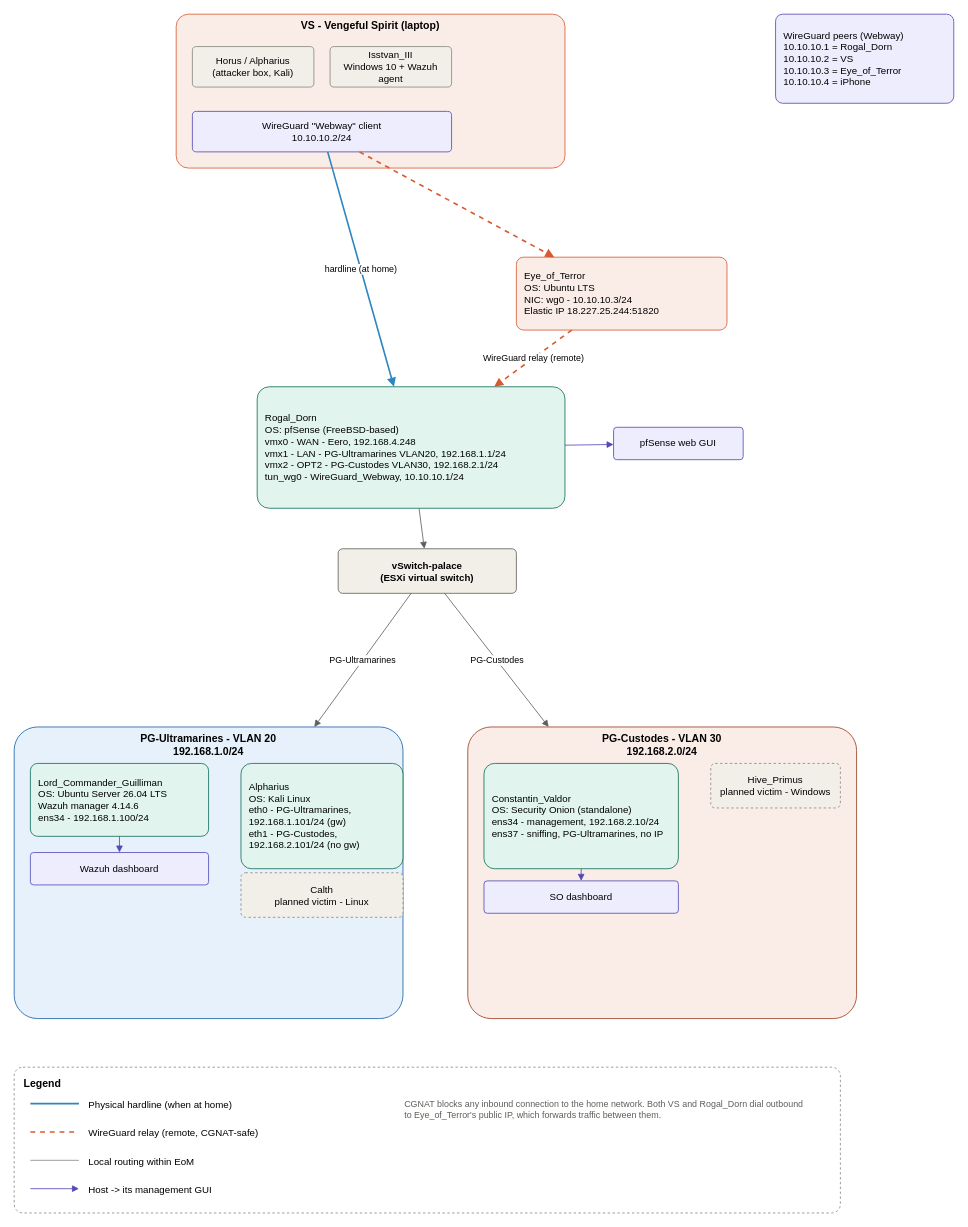
Before: diagrams/Empire_of_Man_Topology.drawio in tcmcgahanred/Empire_of_Man, a draw.io diagram. Source tidied: cells renumbered, new cells numbered last; positions are measured from the earlier drawing's top-left corner, leaving out a move shared by most shapes. Both pictures are drawn from the tidied source at 81%, with x=0, y=0 at pixel (14, 14).
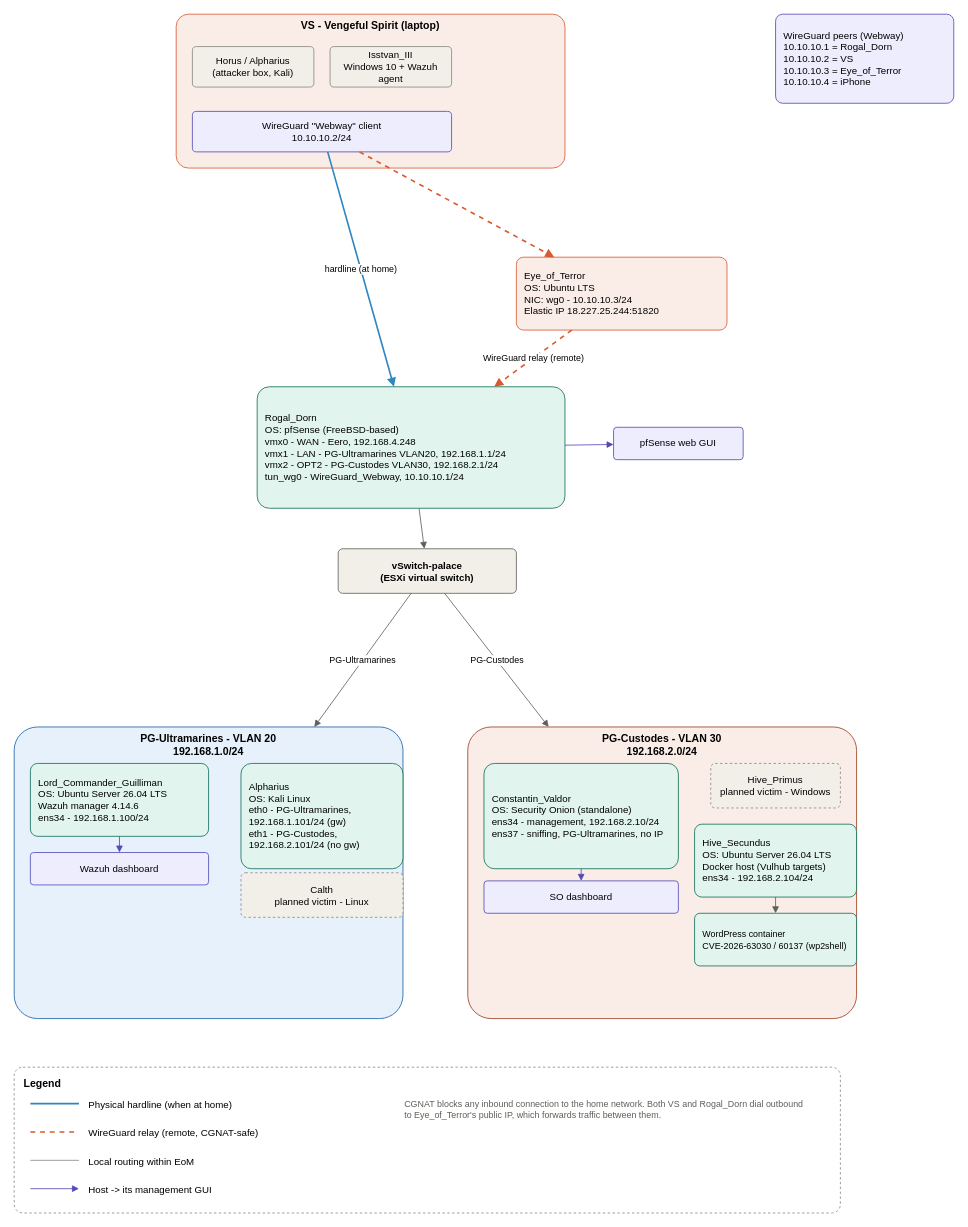
The same page after the edit.

Change to the diagram source:
```diff
@@
+    <mxCell id="39" value="Hive_Secundus&#10;OS: Ubuntu Server 26.04 LTS&#10;Docker host (Vulhub targets)&#10;ens34 - 192.168.2.104/24" style="whiteSpace=wrap;html=1;rounded=1;arcSize=10;fillColor=#E1F5EE;strokeColor=#0F6E56;align=left;spacingLeft=8;fontSize=12;" parent="1" vertex="1">
+      <mxGeometry x="840" y="1000" width="200" height="90" as="geometry" />
+    </mxCell>
+    <mxCell id="40" value="WordPress container&#10;CVE-2026-63030 / 60137 (wp2shell)" style="whiteSpace=wrap;html=1;rounded=1;arcSize=10;fillColor=#E1F5EE;strokeColor=#0F6E56;align=left;spacingLeft=8;fontSize=11;" parent="1" vertex="1">
+      <mxGeometry x="840" y="1110" width="200" height="65" as="geometry" />
+    </mxCell>
+    <mxCell id="41" style="endArrow=block;html=1;strokeColor=#5F5E5A;" parent="1" edge="1" source="39" target="40">
+      <mxGeometry relative="1" as="geometry" />
+    </mxCell>
```
